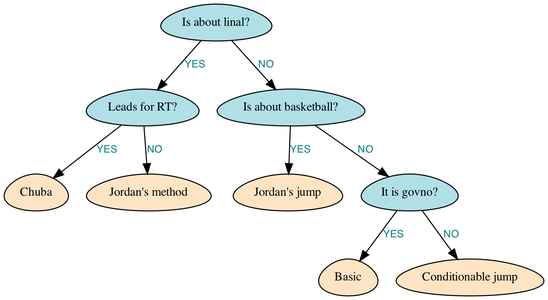
Before: sources/dump/dump_tree.png, a diagram exported from Graphviz (BileyHarryCopter/Genie_of_Akinator). Its source is kept beside it as sources/dump/dump_tree.dot.
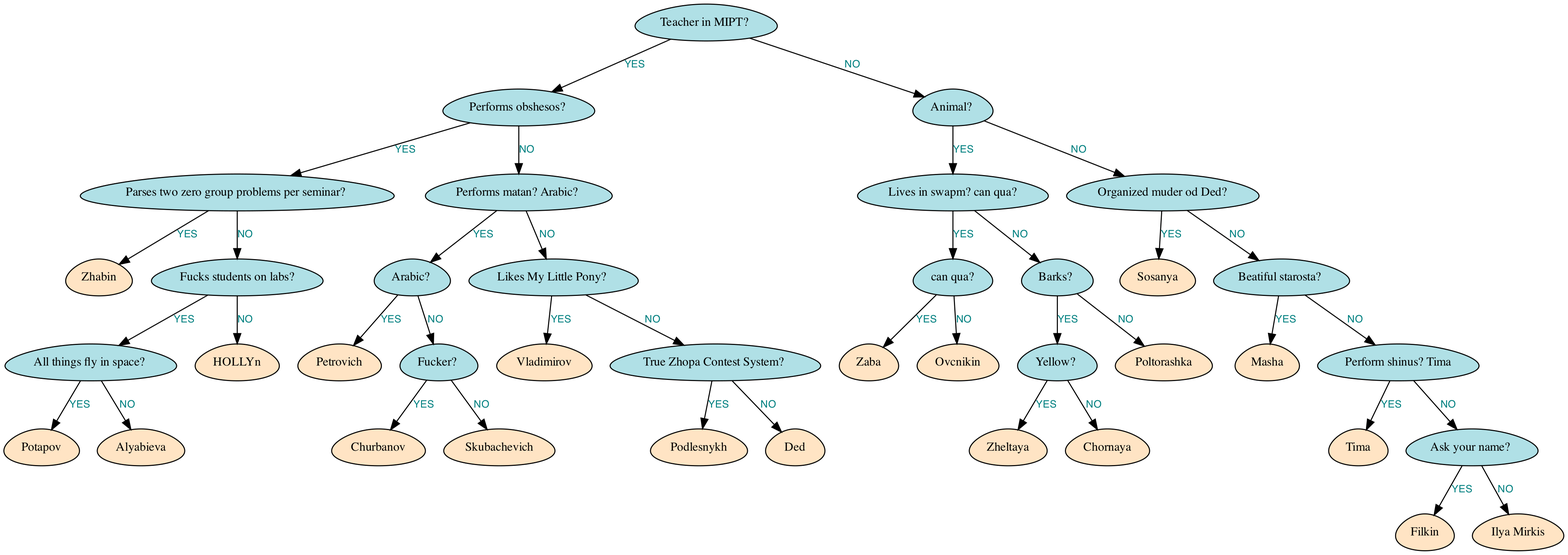
Later version of the same file.

Change to the diagram source:
```diff
@@ -8,23 +8,83 @@
 		node [shape = egg, style = "filled", fillcolor = "bisque", fontcolor = "black", fontsize = 12];
 		edge [color = "black", fontcolor = "teal", fontsize = 10, fontname = "Impact"];
 
-		node_0x7fd63d5041c0 [label = "Is about linal?", fillcolor = "powderblue"];
-		node_0x7fd63d5041e0 [label = "Leads for RT?", fillcolor = "powderblue"];
-		node_0x7fd63d5042a0 [label = "Chuba"];
-		node_0x7fd63d504360 [label = "Jordan's method"];
-		node_0x7fd63d504420 [label = "Is about basketball?", fillcolor = "powderblue"];
-		node_0x7fd63d5044e0 [label = "Jordan's jump"];
-		node_0x7fd63d704140 [label = "It is govno?", fillcolor = "powderblue"];
-		node_0x7fd63d704120 [label = "Basic"];
-		node_0x7fd63d5045a0 [label = "Conditionable jump"];
+		node_0x7f96a86044e0 [label = "Teacher in MIPT? ", fillcolor = "powderblue"];
+		node_0x7f96a8604500 [label = "Performs obshesos? ", fillcolor = "powderblue"];
+		node_0x7f96a86045c0 [label = "Parses two zero group problems per seminar? ", fillcolor = "powderblue"];
+		node_0x7f96a8604680 [label = "Zhabin"];
+		node_0x7f96a8604740 [label = "Fucks students on labs?", fillcolor = "powderblue"];
+		node_0x7f96a8604800 [label = "All things fly in space? ", fillcolor = "powderblue"];
+		node_0x7f96a86048c0 [label = "Potapov"];
+		node_0x7f96a8604980 [label = "Alyabieva"];
+		node_0x7f96a8604a40 [label = "HOLLYn"];
+		node_0x7f96a8604b00 [label = "Performs matan? Arabic? ", fillcolor = "powderblue"];
+		node_0x7f96a8604bc0 [label = "Arabic? ", fillcolor = "powderblue"];
+		node_0x7f96a8604c80 [label = "Petrovich"];
+		node_0x7f96a8604d40 [label = "Fucker? ", fillcolor = "powderblue"];
+		node_0x7f96a8604e00 [label = "Churbanov"];
+		node_0x7f96a8604ec0 [label = "Skubachevich"];
+		node_0x7f96a8604f80 [label = "Likes My Little Pony? ", fillcolor = "powderblue"];
+		node_0x7f96a8605040 [label = "Vladimirov"];
+		node_0x7f96a8605100 [label = "True Zhopa Contest System? ", fillcolor = "powderblue"];
+		node_0x7f96a86051c0 [label = "Podlesnykh"];
+		node_0x7f96a8605280 [label = "Ded"];
+		node_0x7f96a8605340 [label = "Animal? ", fillcolor = "powderblue"];
+		node_0x7f96a8605400 [label = "Lives in swapm? can qua?", fillcolor = "powderblue"];
+		node_0x7f96a86054c0 [label = "can qua?", fillcolor = "powderblue"];
+		node_0x7f96a8605580 [label = "Zaba"];
+		node_0x7f96a8605640 [label = "Ovcnikin"];
+		node_0x7f96a8605700 [label = "Barks? ", fillcolor = "powderblue"];
+		node_0x7f96a86057c0 [label = "Yellow? ", fillcolor = "powderblue"];
+		node_0x7f96a8605880 [label = "Zheltaya"];
+		node_0x7f96a8605940 [label = "Chornaya"];
+		node_0x7f96a8605a00 [label = "Poltorashka"];
+		node_0x7f96a8605ac0 [label = "Organized muder od Ded?", fillcolor = "powderblue"];
+		node_0x7f96a8605b80 [label = "Sosanya"];
+		node_0x7f96a8605c40 [label = "Beatiful starosta? ", fillcolor = "powderblue"];
+		node_0x7f96a8605d00 [label = "Masha"];
+		node_0x7f96a8605dc0 [label = "Perform shinus? Tima", fillcolor = "powderblue"];
+		node_0x7f96a8605e80 [label = "Tima"];
+		node_0x7f96a8605f40 [label = "Ask your name? ", fillcolor = "powderblue"];
+		node_0x7f96a8606000 [label = "Filkin"];
+		node_0x7f96a86060c0 [label = "Ilya Mirkis"];
 
-		node_0x7fd63d5041c0 -> node_0x7fd63d5041e0 [label = "YES"];
-		node_0x7fd63d5041c0 -> node_0x7fd63d504420 [label = "NO"];
-		node_0x7fd63d5041e0 -> node_0x7fd63d5042a0 [label = "YES"];
-		node_0x7fd63d5041e0 -> node_0x7fd63d504360 [label = "NO"];
-		node_0x7fd63d504420 -> node_0x7fd63d5044e0 [label = "YES"];
-		node_0x7fd63d504420 -> node_0x7fd63d704140 [label = "NO"];
-		node_0x7fd63d704140 -> node_0x7fd63d704120 [label = "YES"];
-		node_0x7fd63d704140 -> node_0x7fd63d5045a0 [label = "NO"];
+		node_0x7f96a86044e0 -> node_0x7f96a8604500 [label = "YES"];
+		node_0x7f96a86044e0 -> node_0x7f96a8605340 [label = "NO"];
+		node_0x7f96a8604500 -> node_0x7f96a86045c0 [label = "YES"];
+		node_0x7f96a8604500 -> node_0x7f96a8604b00 [label = "NO"];
+		node_0x7f96a86045c0 -> node_0x7f96a8604680 [label = "YES"];
+		node_0x7f96a86045c0 -> node_0x7f96a8604740 [label = "NO"];
+		node_0x7f96a8604740 -> node_0x7f96a8604800 [label = "YES"];
+		node_0x7f96a8604740 -> node_0x7f96a8604a40 [label = "NO"];
+		node_0x7f96a8604800 -> node_0x7f96a86048c0 [label = "YES"];
+		node_0x7f96a8604800 -> node_0x7f96a8604980 [label = "NO"];
+		node_0x7f96a8604b00 -> node_0x7f96a8604bc0 [label = "YES"];
+		node_0x7f96a8604b00 -> node_0x7f96a8604f80 [label = "NO"];
+		node_0x7f96a8604bc0 -> node_0x7f96a8604c80 [label = "YES"];
+		node_0x7f96a8604bc0 -> node_0x7f96a8604d40 [label = "NO"];
+		node_0x7f96a8604d40 -> node_0x7f96a8604e00 [label = "YES"];
+		node_0x7f96a8604d40 -> node_0x7f96a8604ec0 [label = "NO"];
+		node_0x7f96a8604f80 -> node_0x7f96a8605040 [label = "YES"];
+		node_0x7f96a8604f80 -> node_0x7f96a8605100 [label = "NO"];
+		node_0x7f96a8605100 -> node_0x7f96a86051c0 [label = "YES"];
+		node_0x7f96a8605100 -> node_0x7f96a8605280 [label = "NO"];
+		node_0x7f96a8605340 -> node_0x7f96a8605400 [label = "YES"];
+		node_0x7f96a8605340 -> node_0x7f96a8605ac0 [label = "NO"];
+		node_0x7f96a8605400 -> node_0x7f96a86054c0 [label = "YES"];
+		node_0x7f96a8605400 -> node_0x7f96a8605700 [label = "NO"];
+		node_0x7f96a86054c0 -> node_0x7f96a8605580 [label = "YES"];
+		node_0x7f96a86054c0 -> node_0x7f96a8605640 [label = "NO"];
+		node_0x7f96a8605700 -> node_0x7f96a86057c0 [label = "YES"];
+		node_0x7f96a8605700 -> node_0x7f96a8605a00 [label = "NO"];
+		node_0x7f96a86057c0 -> node_0x7f96a8605880 [label = "YES"];
+		node_0x7f96a86057c0 -> node_0x7f96a8605940 [label = "NO"];
+		node_0x7f96a8605ac0 -> node_0x7f96a8605b80 [label = "YES"];
+		node_0x7f96a8605ac0 -> node_0x7f96a8605c40 [label = "NO"];
+		node_0x7f96a8605c40 -> node_0x7f96a8605d00 [label = "YES"];
+		node_0x7f96a8605c40 -> node_0x7f96a8605dc0 [label = "NO"];
+		node_0x7f96a8605dc0 -> node_0x7f96a8605e80 [label = "YES"];
+		node_0x7f96a8605dc0 -> node_0x7f96a8605f40 [label = "NO"];
+		node_0x7f96a8605f40 -> node_0x7f96a8606000 [label = "YES"];
+		node_0x7f96a8605f40 -> node_0x7f96a86060c0 [label = "NO"];
 	}
 }
```
